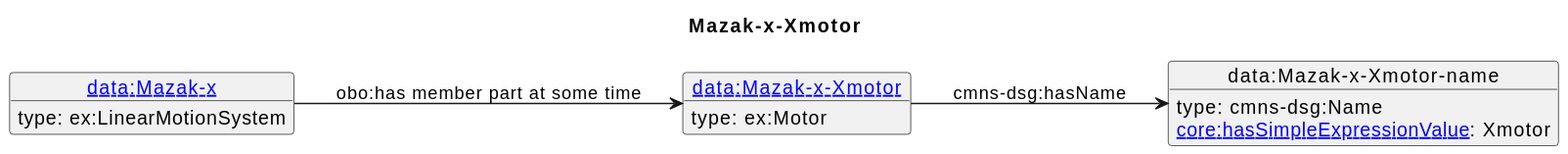
Before: diagrams/Mazak-x-Xmotor.svg, a diagram exported from PlantUML (iofoundry/example-syseng-mtconnect). Its diagram source:
```plantuml
@startuml
skinparam linetype polyline
left to right direction
title Mazak-x-Xmotor
object "[[./Mazak-x-Xmotor.html data:Mazak-x-Xmotor]]" as o1 {
 type: ex:Motor
}
object "data:Mazak-x-Xmotor-name" as o2 {
 type: cmns-dsg:Name
}
object "[[./Mazak-x.html data:Mazak-x]]" as o3 {
 type: ex:LinearMotionSystem
}
o1 --> o2 : cmns-dsg:hasName
o2 : [[https://spec.industrialontologies.org/ontology/core/Core/hasSimpleExpressionValue core:hasSimpleExpressionValue]]: Xmotor
o3 --> o1 : obo:has member part at some time
@enduml
```
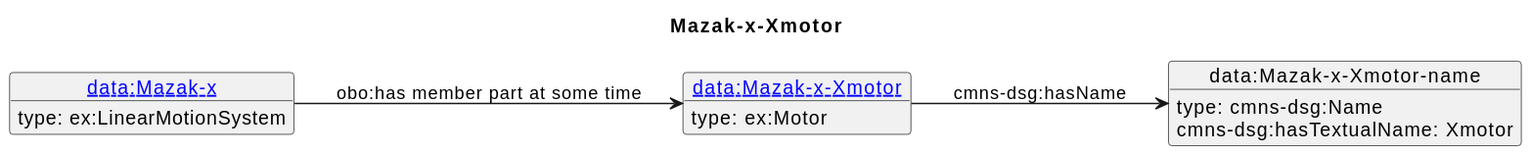
Later version of the same file.

The edit, as a diff of the source:
```diff
@@ -12,6 +12,6 @@
  type: ex:LinearMotionSystem
 }
 o1 --> o2 : cmns-dsg:hasName
-o2 : [[https://spec.industrialontologies.org/ontology/core/Core/hasSimpleExpressionValue core:hasSimpleExpressionValue]]: Xmotor
+o2 : cmns-dsg:hasTextualName: Xmotor
 o3 --> o1 : obo:has member part at some time
 @enduml
```
